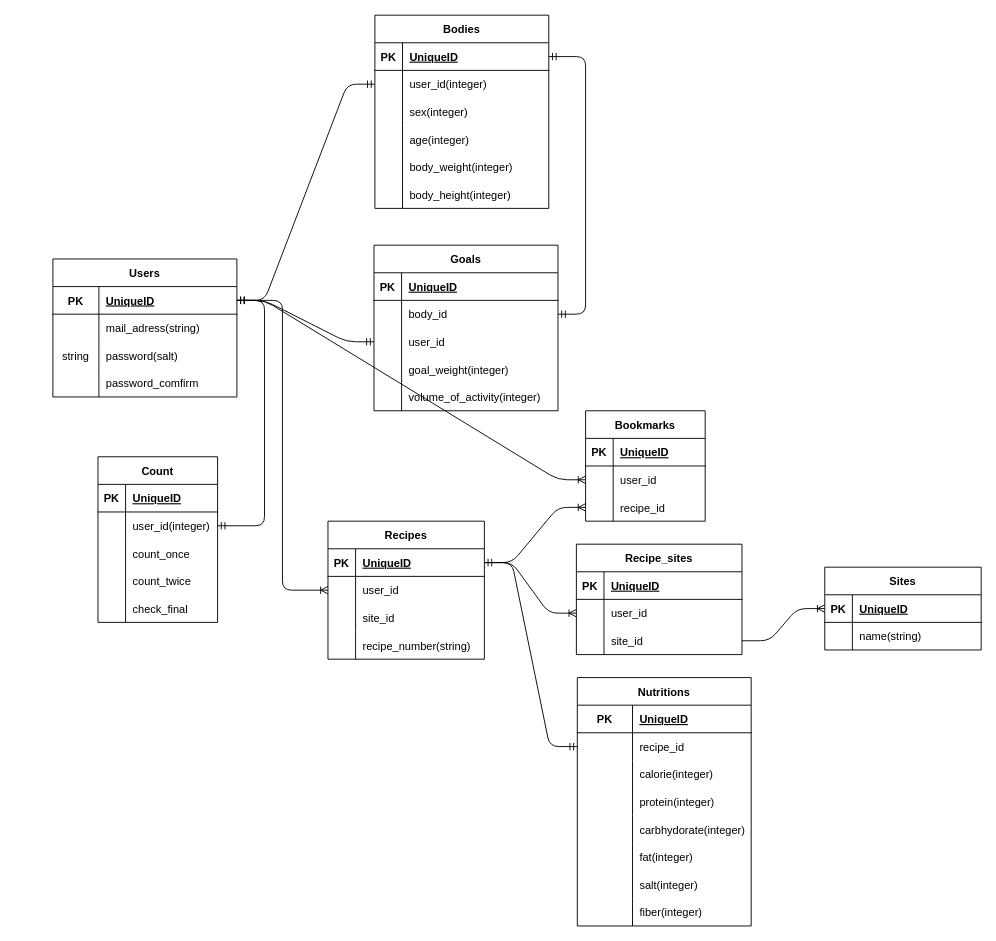
Above: slatrition.drawio in shinotaku1997/slatrition (draw.io), before the change. Source tidied: cells renumbered, new cells numbered last; positions are measured from the earlier drawing's top-left corner, leaving out a move shared by most shapes. Both pictures are drawn from the tidied source at 92%, with x=0, y=0 at pixel (52, 15).
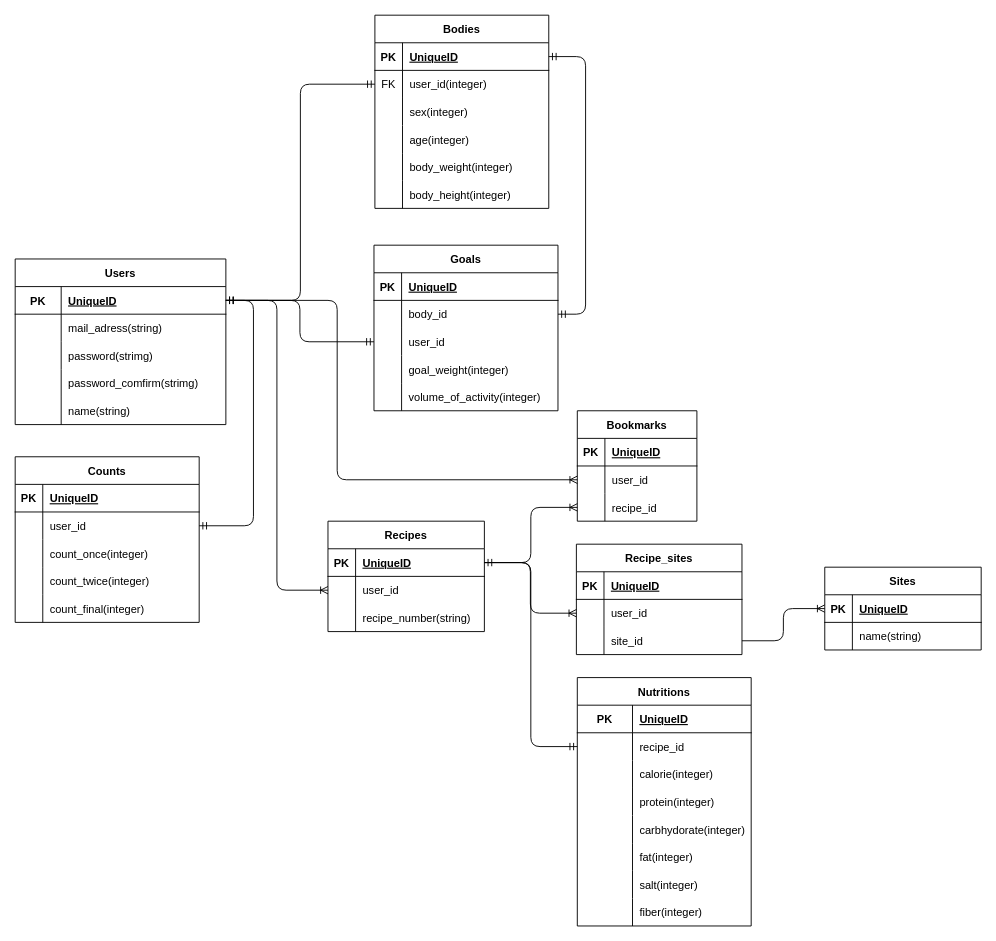
After the change.

Commit message:
テーブル名、データ型を修正

The change refers to these unchanged cells:
```xml
<mxCell id="19" style="shape=tableRow;horizontal=0;startSize=0;swimlaneHead=0;swimlaneBody=0;fillColor=none;points=[[0,0.5],[1,0.5]];portConstraint=eastwest;top=0;left=0;right=0;bottom=0;" parent="15" vertex="1">
  <mxGeometry y="60" width="189" height="30" as="geometry" />
</mxCell>
<mxCell id="38" style="shape=tableRow;horizontal=0;startSize=0;swimlaneHead=0;swimlaneBody=0;fillColor=none;points=[[0,0.5],[1,0.5]];portConstraint=eastwest;top=0;left=0;right=0;bottom=0;" parent="34" vertex="1">
  <mxGeometry y="60" width="130" height="30" as="geometry" />
</mxCell>
<mxCell id="41" style="shape=tableRow;horizontal=0;startSize=0;swimlaneHead=0;swimlaneBody=0;fillColor=none;points=[[0,0.5],[1,0.5]];portConstraint=eastwest;top=0;left=0;right=0;bottom=0;" parent="34" vertex="1">
  <mxGeometry y="90" width="130" height="30" as="geometry" />
</mxCell>
<mxCell id="51" style="shape=tableRow;horizontal=0;startSize=0;swimlaneHead=0;swimlaneBody=0;fillColor=none;points=[[0,0.5],[1,0.5]];portConstraint=eastwest;top=0;left=0;right=0;bottom=0;" parent="44" vertex="1">
  <mxGeometry y="90" width="200" height="30" as="geometry" />
</mxCell>
<mxCell id="61" style="shape=tableRow;horizontal=0;startSize=0;swimlaneHead=0;swimlaneBody=0;fillColor=none;points=[[0,0.5],[1,0.5]];portConstraint=eastwest;top=0;left=0;right=0;bottom=1;" parent="60" vertex="1">
  <mxGeometry y="30" width="170" height="30" as="geometry" />
</mxCell>
<mxCell id="93" style="shape=tableRow;horizontal=0;startSize=0;swimlaneHead=0;swimlaneBody=0;fillColor=none;points=[[0,0.5],[1,0.5]];portConstraint=eastwest;top=0;left=0;right=0;bottom=0;" parent="89" vertex="1">
  <mxGeometry y="60" width="189" height="30" as="geometry" />
</mxCell>
<mxCell id="115" style="shape=tableRow;horizontal=0;startSize=0;swimlaneHead=0;swimlaneBody=0;fillColor=none;points=[[0,0.5],[1,0.5]];portConstraint=eastwest;top=0;left=0;right=0;bottom=1;" parent="114" vertex="1">
  <mxGeometry y="30" width="170" height="30" as="geometry" />
</mxCell>
<mxCell id="132" style="shape=tableRow;horizontal=0;startSize=0;swimlaneHead=0;swimlaneBody=0;fillColor=none;points=[[0,0.5],[1,0.5]];portConstraint=eastwest;top=0;left=0;right=0;bottom=0;" parent="128" vertex="1">
  <mxGeometry y="60" width="180" height="30" as="geometry" />
</mxCell>
<mxCell id="135" style="shape=tableRow;horizontal=0;startSize=0;swimlaneHead=0;swimlaneBody=0;fillColor=none;points=[[0,0.5],[1,0.5]];portConstraint=eastwest;top=0;left=0;right=0;bottom=0;" parent="128" vertex="1">
  <mxGeometry y="90" width="180" height="30" as="geometry" />
</mxCell>
```

The edit, as a diff of the source:
```diff
@@
     <mxCell id="2" value="Users" style="shape=table;startSize=30;childLayout=tableLayout;rowLines=0;fontStyle=1;align=center;" parent="1" vertex="1">
-      <mxGeometry y="265" width="200" height="150" as="geometry" />
+      <mxGeometry x="-41" y="265" width="229" height="180" as="geometry" />
     </mxCell>
     <mxCell id="3" style="shape=tableRow;horizontal=0;startSize=0;swimlaneHead=0;swimlaneBody=0;fillColor=none;points=[[0,0.5],[1,0.5]];portConstraint=eastwest;top=0;left=0;right=0;bottom=1;" parent="2" vertex="1">
-      <mxGeometry y="30" width="200" height="30" as="geometry" />
+      <mxGeometry y="30" width="229" height="30" as="geometry" />
     </mxCell>
@@
     <mxCell id="5" value="UniqueID" style="shape=partialRectangle;fillColor=none;top=0;left=0;bottom=0;right=0;align=left;spacingLeft=6;fontStyle=5;overflow=hidden;" parent="3" vertex="1">
-      <mxGeometry x="50" width="150" height="30" as="geometry" />
+      <mxGeometry x="50" width="179" height="30" as="geometry" />
     </mxCell>
     <mxCell id="6" style="shape=tableRow;horizontal=0;startSize=0;swimlaneHead=0;swimlaneBody=0;fillColor=none;top=0;left=0;right=0;bottom=0;" parent="2" vertex="1">
-      <mxGeometry y="60" width="200" height="30" as="geometry" />
+      <mxGeometry y="60" width="229" height="30" as="geometry" />
     </mxCell>
@@
     <mxCell id="8" value="mail_adress(string)" style="shape=partialRectangle;fillColor=none;top=0;left=0;bottom=0;right=0;align=left;spacingLeft=6;overflow=hidden;" parent="6" vertex="1">
-      <mxGeometry x="50" width="150" height="30" as="geometry" />
+      <mxGeometry x="50" width="179" height="30" as="geometry" />
     </mxCell>
     <mxCell id="9" style="shape=tableRow;horizontal=0;startSize=0;swimlaneHead=0;swimlaneBody=0;fillColor=none;top=0;left=0;right=0;bottom=0;" parent="2" vertex="1">
-      <mxGeometry y="90" width="200" height="30" as="geometry" />
+      <mxGeometry y="90" width="229" height="30" as="geometry" />
     </mxCell>
-    <mxCell id="10" value="string" style="shape=partialRectangle;fillColor=none;top=0;left=0;bottom=0;right=0;overflow=hidden;" parent="9" vertex="1">
+    <mxCell id="10" style="shape=partialRectangle;fillColor=none;top=0;left=0;bottom=0;right=0;overflow=hidden;" parent="9" vertex="1">
       <mxGeometry width="50" height="30" as="geometry" />
     </mxCell>
-    <mxCell id="11" value="password(salt)" style="shape=partialRectangle;fillColor=none;top=0;left=0;bottom=0;right=0;align=left;spacingLeft=6;overflow=hidden;" parent="9" vertex="1">
-      <mxGeometry x="50" width="150" height="30" as="geometry" />
+    <mxCell id="11" value="password(strimg)" style="shape=partialRectangle;fillColor=none;top=0;left=0;bottom=0;right=0;align=left;spacingLeft=6;overflow=hidden;" parent="9" vertex="1">
+      <mxGeometry x="50" width="179" height="30" as="geometry" />
     </mxCell>
     <mxCell id="12" style="shape=tableRow;horizontal=0;startSize=0;swimlaneHead=0;swimlaneBody=0;fillColor=none;top=0;left=0;right=0;bottom=0;" parent="2" vertex="1">
-      <mxGeometry y="120" width="200" height="30" as="geometry" />
+      <mxGeometry y="120" width="229" height="30" as="geometry" />
     </mxCell>
@@
-    <mxCell id="14" value="password_comfirm" style="shape=partialRectangle;fillColor=none;top=0;left=0;bottom=0;right=0;align=left;spacingLeft=6;overflow=hidden;" parent="12" vertex="1">
-      <mxGeometry x="50" width="150" height="30" as="geometry" />
+    <mxCell id="14" value="password_comfirm(strimg)" style="shape=partialRectangle;fillColor=none;top=0;left=0;bottom=0;right=0;align=left;spacingLeft=6;overflow=hidden;" parent="12" vertex="1">
+      <mxGeometry x="50" width="179" height="30" as="geometry" />
     </mxCell>
+    <mxCell id="141" style="shape=tableRow;horizontal=0;startSize=0;swimlaneHead=0;swimlaneBody=0;fillColor=none;top=0;left=0;right=0;bottom=0;" parent="2" vertex="1">
+      <mxGeometry y="150" width="229" height="30" as="geometry" />
+    </mxCell>
+    <mxCell id="142" style="shape=partialRectangle;fillColor=none;top=0;left=0;bottom=0;right=0;overflow=hidden;" parent="141" vertex="1">
+      <mxGeometry width="50" height="30" as="geometry" />
+    </mxCell>
+    <mxCell id="143" value="name(string)" style="shape=partialRectangle;fillColor=none;top=0;left=0;bottom=0;right=0;align=left;spacingLeft=6;overflow=hidden;" parent="141" vertex="1">
+      <mxGeometry x="50" width="179" height="30" as="geometry" />
+    </mxCell>
@@
-    <mxCell id="20" style="shape=partialRectangle;fillColor=none;top=0;left=0;bottom=0;right=0;overflow=hidden;" parent="19" vertex="1">
+    <mxCell id="20" value="FK" style="shape=partialRectangle;fillColor=none;top=0;left=0;bottom=0;right=0;overflow=hidden;" parent="19" vertex="1">
       <mxGeometry width="30" height="30" as="geometry" />
     </mxCell>
@@
     <mxCell id="34" value="Bookmarks" style="shape=table;startSize=30;childLayout=tableLayout;rowLines=0;fontStyle=1;align=center;" parent="1" vertex="1">
-      <mxGeometry x="579" y="430" width="130" height="120" as="geometry" />
+      <mxGeometry x="570" y="430" width="130" height="120" as="geometry" />
     </mxCell>
@@
     <mxCell id="60" value="Recipes" style="shape=table;startSize=30;childLayout=tableLayout;rowLines=0;fontStyle=1;align=center;" parent="1" vertex="1">
-      <mxGeometry x="299" y="550" width="170" height="150" as="geometry" />
+      <mxGeometry x="299" y="550" width="170" height="120" as="geometry" />
     </mxCell>
@@
-    <mxCell id="67" style="shape=tableRow;horizontal=0;startSize=0;swimlaneHead=0;swimlaneBody=0;fillColor=none;top=0;left=0;right=0;bottom=0;" parent="60" vertex="1">
-      <mxGeometry y="90" width="170" height="30" as="geometry" />
-    </mxCell>
-    <mxCell id="68" style="shape=partialRectangle;fillColor=none;top=0;left=0;bottom=0;right=0;overflow=hidden;" parent="67" vertex="1">
-      <mxGeometry width="30" height="30" as="geometry" />
-    </mxCell>
-    <mxCell id="69" value="site_id" style="shape=partialRectangle;fillColor=none;top=0;left=0;bottom=0;right=0;align=left;spacingLeft=6;overflow=hidden;" parent="67" vertex="1">
-      <mxGeometry x="30" width="140" height="30" as="geometry" />
-    </mxCell>
     <mxCell id="70" style="shape=tableRow;horizontal=0;startSize=0;swimlaneHead=0;swimlaneBody=0;fillColor=none;top=0;left=0;right=0;bottom=0;" parent="60" vertex="1">
-      <mxGeometry y="120" width="170" height="30" as="geometry" />
+      <mxGeometry y="90" width="170" height="30" as="geometry" />
     </mxCell>
@@
-    <mxCell id="73" value="Count" style="shape=table;startSize=30;childLayout=tableLayout;rowLines=0;fontStyle=1;align=center;" parent="1" vertex="1">
-      <mxGeometry x="49" y="480" width="130" height="180" as="geometry" />
+    <mxCell id="73" value="Counts" style="shape=table;startSize=30;childLayout=tableLayout;rowLines=0;fontStyle=1;align=center;" parent="1" vertex="1">
+      <mxGeometry x="-41" y="480" width="200" height="180" as="geometry" />
     </mxCell>
     <mxCell id="74" style="shape=tableRow;horizontal=0;startSize=0;swimlaneHead=0;swimlaneBody=0;fillColor=none;top=0;left=0;right=0;bottom=1;" parent="73" vertex="1">
-      <mxGeometry y="30" width="130" height="30" as="geometry" />
+      <mxGeometry y="30" width="200" height="30" as="geometry" />
     </mxCell>
@@
     <mxCell id="76" value="UniqueID" style="shape=partialRectangle;fillColor=none;top=0;left=0;bottom=0;right=0;align=left;spacingLeft=6;fontStyle=5;overflow=hidden;" parent="74" vertex="1">
-      <mxGeometry x="30" width="100" height="30" as="geometry" />
+      <mxGeometry x="30" width="170" height="30" as="geometry" />
     </mxCell>
     <mxCell id="77" style="shape=tableRow;horizontal=0;startSize=0;swimlaneHead=0;swimlaneBody=0;fillColor=none;points=[[0,0.5],[1,0.5]];portConstraint=eastwest;top=0;left=0;right=0;bottom=0;" parent="73" vertex="1">
-      <mxGeometry y="60" width="130" height="30" as="geometry" />
+      <mxGeometry y="60" width="200" height="30" as="geometry" />
     </mxCell>
@@
-    <mxCell id="79" value="user_id(integer)" style="shape=partialRectangle;fillColor=none;top=0;left=0;bottom=0;right=0;align=left;spacingLeft=6;overflow=hidden;" parent="77" vertex="1">
-      <mxGeometry x="30" width="100" height="30" as="geometry" />
+    <mxCell id="79" value="user_id" style="shape=partialRectangle;fillColor=none;top=0;left=0;bottom=0;right=0;align=left;spacingLeft=6;overflow=hidden;" parent="77" vertex="1">
+      <mxGeometry x="30" width="170" height="30" as="geometry" />
     </mxCell>
     <mxCell id="80" style="shape=tableRow;horizontal=0;startSize=0;swimlaneHead=0;swimlaneBody=0;fillColor=none;top=0;left=0;right=0;bottom=0;" parent="73" vertex="1">
-      <mxGeometry y="90" width="130" height="30" as="geometry" />
+      <mxGeometry y="90" width="200" height="30" as="geometry" />
     </mxCell>
@@
-    <mxCell id="82" value="count_once" style="shape=partialRectangle;fillColor=none;top=0;left=0;bottom=0;right=0;align=left;spacingLeft=6;overflow=hidden;" parent="80" vertex="1">
-      <mxGeometry x="30" width="100" height="30" as="geometry" />
+    <mxCell id="82" value="count_once(integer)" style="shape=partialRectangle;fillColor=none;top=0;left=0;bottom=0;right=0;align=left;spacingLeft=6;overflow=hidden;" parent="80" vertex="1">
+      <mxGeometry x="30" width="170" height="30" as="geometry" />
     </mxCell>
     <mxCell id="83" style="shape=tableRow;horizontal=0;startSize=0;swimlaneHead=0;swimlaneBody=0;fillColor=none;top=0;left=0;right=0;bottom=0;" parent="73" vertex="1">
-      <mxGeometry y="120" width="130" height="30" as="geometry" />
+      <mxGeometry y="120" width="200" height="30" as="geometry" />
     </mxCell>
@@
-    <mxCell id="85" value="count_twice" style="shape=partialRectangle;fillColor=none;top=0;left=0;bottom=0;right=0;align=left;spacingLeft=6;overflow=hidden;" parent="83" vertex="1">
-      <mxGeometry x="30" width="100" height="30" as="geometry" />
+    <mxCell id="85" value="count_twice(integer)" style="shape=partialRectangle;fillColor=none;top=0;left=0;bottom=0;right=0;align=left;spacingLeft=6;overflow=hidden;" parent="83" vertex="1">
+      <mxGeometry x="30" width="170" height="30" as="geometry" />
     </mxCell>
     <mxCell id="86" style="shape=tableRow;horizontal=0;startSize=0;swimlaneHead=0;swimlaneBody=0;fillColor=none;top=0;left=0;right=0;bottom=0;" parent="73" vertex="1">
-      <mxGeometry y="150" width="130" height="30" as="geometry" />
+      <mxGeometry y="150" width="200" height="30" as="geometry" />
     </mxCell>
@@
-    <mxCell id="88" value="check_final" style="shape=partialRectangle;fillColor=none;top=0;left=0;bottom=0;right=0;align=left;spacingLeft=6;overflow=hidden;" parent="86" vertex="1">
-      <mxGeometry x="30" width="100" height="30" as="geometry" />
+    <mxCell id="88" value="count_final(integer)" style="shape=partialRectangle;fillColor=none;top=0;left=0;bottom=0;right=0;align=left;spacingLeft=6;overflow=hidden;" parent="86" vertex="1">
+      <mxGeometry x="30" width="170" height="30" as="geometry" />
     </mxCell>
@@
-    <mxCell id="123" style="edgeStyle=entityRelationEdgeStyle;fontSize=12;html=1;endArrow=ERmandOne;startArrow=ERmandOne;exitX=1;exitY=0.5;exitDx=0;exitDy=0;entryX=0;entryY=0.5;entryDx=0;entryDy=0;" parent="1" edge="1" source="3" target="19">
+    <mxCell id="123" style="edgeStyle=orthogonalEdgeStyle;fontSize=12;html=1;endArrow=ERmandOne;startArrow=ERmandOne;exitX=1;exitY=0.5;exitDx=0;exitDy=0;entryX=0;entryY=0.5;entryDx=0;entryDy=0;" parent="1" edge="1" source="3" target="19">
       <mxGeometry relative="1" as="geometry" />
     </mxCell>
-    <mxCell id="124" style="edgeStyle=entityRelationEdgeStyle;fontSize=12;html=1;endArrow=ERmandOne;startArrow=ERmandOne;exitX=1;exitY=0.5;exitDx=0;exitDy=0;entryX=0;entryY=0.5;entryDx=0;entryDy=0;" parent="1" edge="1" source="3" target="51">
+    <mxCell id="124" style="edgeStyle=orthogonalEdgeStyle;fontSize=12;html=1;endArrow=ERmandOne;startArrow=ERmandOne;exitX=1;exitY=0.5;exitDx=0;exitDy=0;entryX=0;entryY=0.5;entryDx=0;entryDy=0;" parent="1" edge="1" source="3" target="51">
       <mxGeometry relative="1" as="geometry" />
     </mxCell>
@@
-    <mxCell id="126" style="edgeStyle=entityRelationEdgeStyle;fontSize=12;html=1;endArrow=ERmandOne;startArrow=ERmandOne;entryX=0;entryY=0.5;entryDx=0;entryDy=0;exitX=1;exitY=0.5;exitDx=0;exitDy=0;" parent="1" edge="1" source="61" target="93">
+    <mxCell id="126" style="edgeStyle=orthogonalEdgeStyle;fontSize=12;html=1;endArrow=ERmandOne;startArrow=ERmandOne;entryX=0;entryY=0.5;entryDx=0;entryDy=0;exitX=1;exitY=0.5;exitDx=0;exitDy=0;" parent="1" edge="1" source="61" target="93">
       <mxGeometry relative="1" as="geometry" />
     </mxCell>
-    <mxCell id="127" style="edgeStyle=entityRelationEdgeStyle;fontSize=12;html=1;endArrow=ERoneToMany;entryX=0;entryY=0.5;entryDx=0;entryDy=0;exitX=1;exitY=0.5;exitDx=0;exitDy=0;" parent="1" edge="1" source="61" target="132">
+    <mxCell id="127" style="edgeStyle=orthogonalEdgeStyle;fontSize=12;html=1;endArrow=ERoneToMany;entryX=0;entryY=0.5;entryDx=0;entryDy=0;exitX=1;exitY=0.5;exitDx=0;exitDy=0;" parent="1" edge="1" source="61" target="132">
       <mxGeometry relative="1" as="geometry" />
     </mxCell>
@@
-    <mxCell id="138" style="edgeStyle=entityRelationEdgeStyle;fontSize=12;html=1;endArrow=ERoneToMany;exitX=1;exitY=0.5;exitDx=0;exitDy=0;entryX=0;entryY=0.5;entryDx=0;entryDy=0;" parent="1" edge="1" source="135" target="115">
+    <mxCell id="138" style="edgeStyle=orthogonalEdgeStyle;fontSize=12;html=1;endArrow=ERoneToMany;exitX=1;exitY=0.5;exitDx=0;exitDy=0;entryX=0;entryY=0.5;entryDx=0;entryDy=0;" parent="1" edge="1" source="135" target="115">
       <mxGeometry relative="1" as="geometry" />
     </mxCell>
-    <mxCell id="139" style="edgeStyle=entityRelationEdgeStyle;fontSize=12;html=1;endArrow=ERoneToMany;entryX=0;entryY=0.5;entryDx=0;entryDy=0;exitX=1;exitY=0.5;exitDx=0;exitDy=0;" parent="1" edge="1" source="61" target="41">
+    <mxCell id="139" style="edgeStyle=orthogonalEdgeStyle;fontSize=12;html=1;endArrow=ERoneToMany;entryX=0;entryY=0.5;entryDx=0;entryDy=0;exitX=1;exitY=0.5;exitDx=0;exitDy=0;" parent="1" edge="1" source="61" target="41">
       <mxGeometry relative="1" as="geometry" />
     </mxCell>
-    <mxCell id="140" style="edgeStyle=entityRelationEdgeStyle;fontSize=12;html=1;endArrow=ERoneToMany;entryX=0;entryY=0.5;entryDx=0;entryDy=0;" parent="1" edge="1" source="3" target="38">
-      <mxGeometry relative="1" as="geometry" />
+    <mxCell id="140" style="edgeStyle=orthogonalEdgeStyle;fontSize=12;html=1;endArrow=ERoneToMany;entryX=0;entryY=0.5;entryDx=0;entryDy=0;" parent="1" edge="1" source="3" target="38">
+      <mxGeometry relative="1" as="geometry">
+        <Array as="points">
+          <mxPoint x="309" y="310" />
+          <mxPoint x="309" y="505" />
+        </Array>
+      </mxGeometry>
     </mxCell>
```
